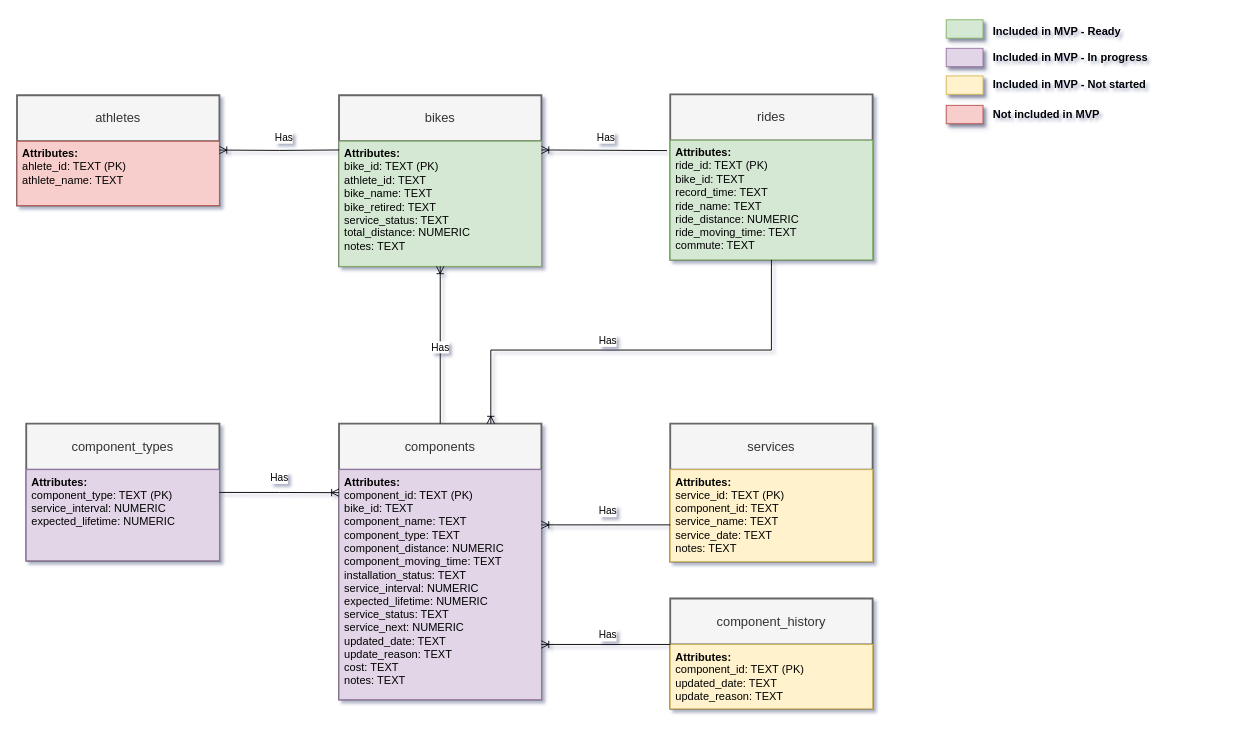
The draw.io diagram page "Database structure" (4 of 6) of docs/all_diagrams.drawio in xivind/velo-supervisor-2000, before the edit. Source tidied: cells renumbered, new cells numbered last; positions are measured from the earlier drawing's top-left corner, leaving out a move shared by most shapes. Both pictures are drawn from the tidied source at 92%, with x=0, y=0 at pixel (17, 17).
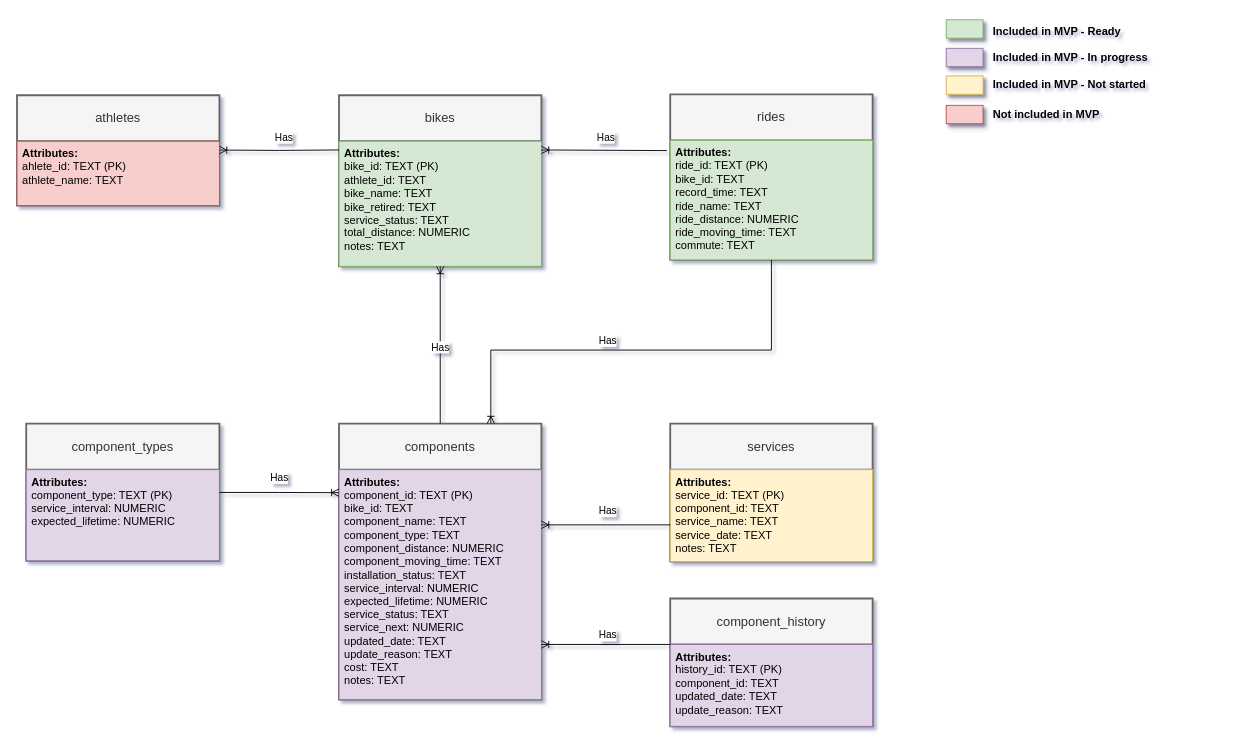
The same page after the edit.

Change to the diagram source:
```diff
@@
     <mxCell id="26" value="component_history" style="swimlane;horizontal=1;startSize=50;rounded=0;fontSize=14;fontStyle=0;strokeWidth=2;shadow=0;dashed=0;align=center;arcSize=0;whiteSpace=wrap;html=1;fillColor=#f5f5f5;strokeColor=#666666;fontColor=#333333;" parent="1" vertex="1">
-      <mxGeometry x="710" y="631" width="220" height="120" as="geometry" />
+      <mxGeometry x="710" y="631" width="220" height="139" as="geometry" />
     </mxCell>
-    <mxCell id="27" value="&lt;div&gt;&lt;b&gt;Attributes:&lt;/b&gt;&lt;br&gt;&lt;/div&gt;&lt;div&gt;component_id&lt;span style=&quot;background-color: initial;&quot;&gt;: TEXT&lt;/span&gt;&lt;span style=&quot;background-color: initial;&quot;&gt;&amp;nbsp;(PK)&lt;/span&gt;&lt;/div&gt;&lt;div&gt;updated_date&lt;span style=&quot;background-color: initial;&quot;&gt;: TEXT&lt;/span&gt;&lt;/div&gt;&lt;div&gt;update_reason&lt;span style=&quot;background-color: initial;&quot;&gt;: TEXT&lt;/span&gt;&lt;/div&gt;" style="align=left;spacingLeft=4;fontSize=12;verticalAlign=top;html=1;rounded=0;fillColor=#fff2cc;strokeColor=#d6b656;" parent="26" vertex="1">
-      <mxGeometry y="50" width="220" height="70" as="geometry" />
+    <mxCell id="27" value="&lt;div&gt;&lt;b&gt;Attributes:&lt;/b&gt;&lt;br&gt;&lt;/div&gt;&lt;div&gt;history_id&lt;span style=&quot;background-color: initial;&quot;&gt;: TEXT&lt;/span&gt;&lt;span style=&quot;background-color: initial;&quot;&gt;&amp;nbsp;(PK)&lt;/span&gt;&lt;br&gt;&lt;/div&gt;&lt;div&gt;component_id&lt;span style=&quot;background-color: initial;&quot;&gt;: TEXT&lt;/span&gt;&lt;/div&gt;&lt;div&gt;updated_date&lt;span style=&quot;background-color: initial;&quot;&gt;: TEXT&lt;/span&gt;&lt;/div&gt;&lt;div&gt;update_reason&lt;span style=&quot;background-color: initial;&quot;&gt;: TEXT&lt;/span&gt;&lt;/div&gt;" style="align=left;spacingLeft=4;fontSize=12;verticalAlign=top;html=1;rounded=0;fillColor=#e1d5e7;strokeColor=#9673a6;" parent="26" vertex="1">
+      <mxGeometry y="50" width="220" height="89" as="geometry" />
     </mxCell>
```
